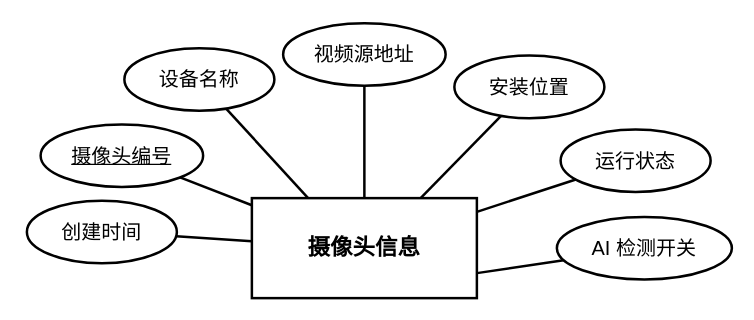
Earlier version of the draw.io diagram docs/PaperImages/实体图/图 4.8 摄像头信息实体属性图.drawio (Dean-op/forest_fire). Source tidied: cells renumbered, new cells numbered last; positions are measured from the earlier drawing's top-left corner, leaving out a move shared by most shapes. Both pictures are drawn from the tidied source at 125%, with x=0, y=0 at pixel (26, 22).
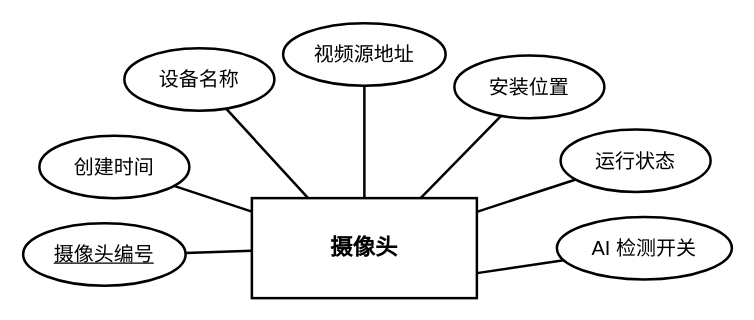
The same diagram, later.

Commit message (it also covers changes not shown here):
docs: Update camera diagram and add PNG export

Tweak the draw.io camera diagram: reduced canvas size (dx/dy), shortened the main node label from "摄像头信息" to "摄像头", and adjusted several element positions for better layout. Also add the exported PNG version of the diagram to docs/PaperImages for easier viewing in the repository.

Change to the diagram source:
```diff
@@
 <mxGraphModel>
   <root>
     <mxCell id="0" />
     <mxCell id="1" parent="0" />
-    <mxCell id="2" value="摄像头信息" style="rounded=0;whiteSpace=wrap;html=1;strokeWidth=2;fontSize=18;fontStyle=1;align=center;verticalAlign=middle;labelBackgroundColor=none;" parent="1" vertex="1">
+    <mxCell id="2" value="摄像头" style="rounded=0;whiteSpace=wrap;html=1;strokeWidth=2;fontSize=18;fontStyle=1;align=center;verticalAlign=middle;labelBackgroundColor=none;" parent="1" vertex="1">
       <mxGeometry x="180" y="140" width="180" height="80" as="geometry" />
     </mxCell>
     <mxCell id="3" value="&lt;u&gt;摄像头编号&lt;/u&gt;" style="ellipse;whiteSpace=wrap;html=1;strokeWidth=2;fontSize=16;labelBackgroundColor=none;" parent="1" vertex="1">
-      <mxGeometry x="11" y="81" width="130" height="50" as="geometry" />
+      <mxGeometry x="-3" y="160" width="130" height="50" as="geometry" />
     </mxCell>
     <mxCell id="4" value="设备名称" style="ellipse;whiteSpace=wrap;html=1;strokeWidth=2;fontSize=16;labelBackgroundColor=none;" parent="1" vertex="1">
       <mxGeometry x="78" y="20" width="120" height="50" as="geometry" />
     </mxCell>
     <mxCell id="5" value="视频源地址" style="ellipse;whiteSpace=wrap;html=1;strokeWidth=2;fontSize=16;labelBackgroundColor=none;" parent="1" vertex="1">
       <mxGeometry x="205" width="130" height="50" as="geometry" />
     </mxCell>
     <mxCell id="6" value="安装位置" style="ellipse;whiteSpace=wrap;html=1;strokeWidth=2;fontSize=16;labelBackgroundColor=none;" parent="1" vertex="1">
       <mxGeometry x="342" y="26" width="120" height="50" as="geometry" />
     </mxCell>
     <mxCell id="7" value="运行状态" style="ellipse;whiteSpace=wrap;html=1;strokeWidth=2;fontSize=16;labelBackgroundColor=none;" parent="1" vertex="1">
       <mxGeometry x="427" y="85" width="120" height="50" as="geometry" />
     </mxCell>
     <mxCell id="8" value="AI 检测开关" style="ellipse;whiteSpace=wrap;html=1;strokeWidth=2;fontSize=16;labelBackgroundColor=none;" parent="1" vertex="1">
       <mxGeometry x="424" y="155" width="140" height="50" as="geometry" />
     </mxCell>
     <mxCell id="9" value="创建时间" style="ellipse;whiteSpace=wrap;html=1;strokeWidth=2;fontSize=16;labelBackgroundColor=none;" parent="1" vertex="1">
-      <mxGeometry y="142" width="120" height="50" as="geometry" />
+      <mxGeometry x="10" y="90" width="120" height="50" as="geometry" />
     </mxCell>
     <mxCell id="10" style="rounded=0;jettySize=auto;html=1;strokeWidth=2;endArrow=none;labelBackgroundColor=none;fontColor=default;" parent="1" edge="1" source="3" target="2">
       <mxGeometry relative="1" as="geometry" />
     </mxCell>
     <mxCell id="11" style="rounded=0;jettySize=auto;html=1;strokeWidth=2;endArrow=none;labelBackgroundColor=none;fontColor=default;entryX=0.25;entryY=0;entryDx=0;entryDy=0;" parent="1" edge="1" source="4" target="2">
       <mxGeometry relative="1" as="geometry" />
     </mxCell>
     <mxCell id="12" style="rounded=0;jettySize=auto;html=1;strokeWidth=2;endArrow=none;labelBackgroundColor=none;fontColor=default;" parent="1" edge="1" source="5" target="2">
       <mxGeometry relative="1" as="geometry" />
     </mxCell>
     <mxCell id="13" style="rounded=0;jettySize=auto;html=1;strokeWidth=2;endArrow=none;labelBackgroundColor=none;fontColor=default;entryX=0.75;entryY=0;entryDx=0;entryDy=0;" parent="1" edge="1" source="6" target="2">
       <mxGeometry relative="1" as="geometry" />
     </mxCell>
     <mxCell id="14" style="rounded=0;jettySize=auto;html=1;strokeWidth=2;endArrow=none;labelBackgroundColor=none;fontColor=default;" parent="1" edge="1" source="7" target="2">
       <mxGeometry relative="1" as="geometry" />
     </mxCell>
     <mxCell id="15" style="rounded=0;jettySize=auto;html=1;strokeWidth=2;endArrow=none;labelBackgroundColor=none;fontColor=default;entryX=1;entryY=0.75;entryDx=0;entryDy=0;" parent="1" edge="1" source="8" target="2">
       <mxGeometry relative="1" as="geometry" />
     </mxCell>
     <mxCell id="16" style="rounded=0;jettySize=auto;html=1;strokeWidth=2;endArrow=none;labelBackgroundColor=none;fontColor=default;" parent="1" edge="1" source="9" target="2">
       <mxGeometry relative="1" as="geometry" />
     </mxCell>
   </root>
 </mxGraphModel>
```
